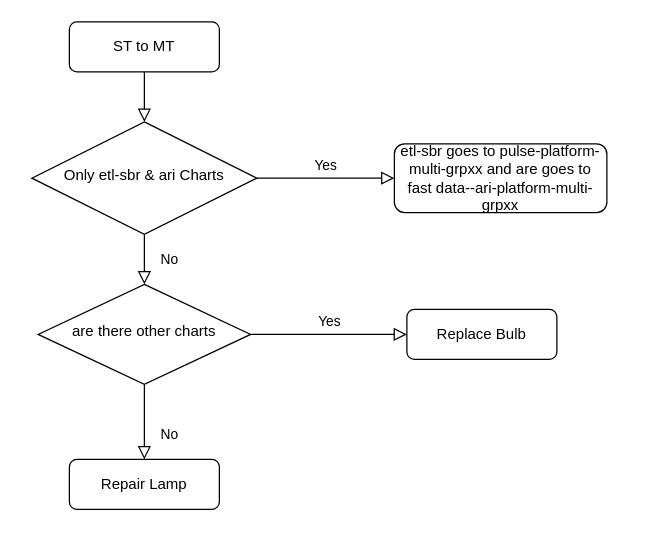
This is Diagrama sin título.drawio from lgarzon2304/flatris, a draw.io file, before an edit. Source tidied: cells renumbered, new cells numbered last; positions are measured from the earlier drawing's top-left corner, leaving out a move shared by most shapes. Both pictures are drawn from the tidied source at 125%, with x=0, y=0 at pixel (31, 21).
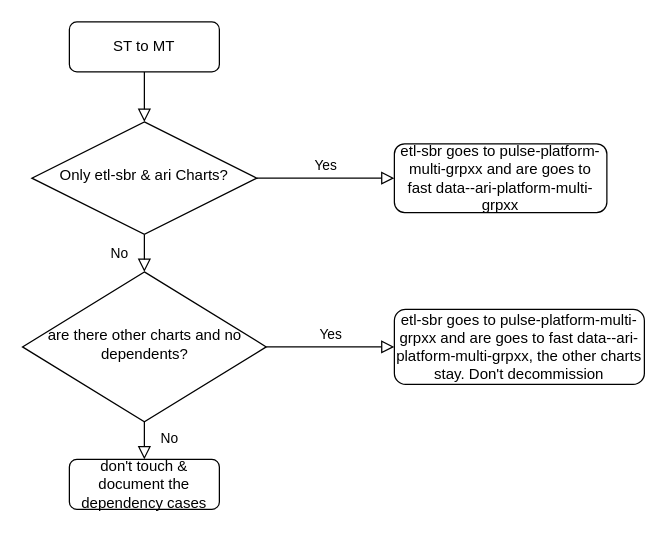
After the change.

What changed in the source:
```diff
@@
 <mxGraphModel>
   <root>
     <mxCell id="0" />
     <mxCell id="1" parent="0" />
     <mxCell id="2" style="rounded=0;html=1;jettySize=auto;fontSize=11;endArrow=block;endFill=0;endSize=8;strokeWidth=1;shadow=0;labelBackgroundColor=none;edgeStyle=orthogonalEdgeStyle;" parent="1" edge="1" source="3" target="6">
       <mxGeometry relative="1" as="geometry" />
     </mxCell>
     <mxCell id="3" value="ST to MT" style="rounded=1;whiteSpace=wrap;html=1;fontSize=12;glass=0;strokeWidth=1;shadow=0;" parent="1" vertex="1">
       <mxGeometry x="30" width="120" height="40" as="geometry" />
     </mxCell>
     <mxCell id="4" value="No" style="rounded=0;html=1;jettySize=auto;fontSize=11;endArrow=block;endFill=0;endSize=8;strokeWidth=1;shadow=0;labelBackgroundColor=none;edgeStyle=orthogonalEdgeStyle;" parent="1" edge="1" source="6" target="10">
       <mxGeometry y="20" relative="1" as="geometry" />
     </mxCell>
     <mxCell id="5" value="Yes" style="edgeStyle=orthogonalEdgeStyle;rounded=0;html=1;jettySize=auto;fontSize=11;endArrow=block;endFill=0;endSize=8;strokeWidth=1;shadow=0;labelBackgroundColor=none;" parent="1" edge="1" source="6" target="7">
       <mxGeometry y="10" relative="1" as="geometry" />
     </mxCell>
-    <mxCell id="6" value="Only etl-sbr &amp;amp; ari Charts" style="rhombus;whiteSpace=wrap;html=1;shadow=0;fontFamily=Helvetica;fontSize=12;align=center;strokeWidth=1;spacing=6;spacingTop=-4;" parent="1" vertex="1">
+    <mxCell id="6" value="Only etl-sbr &amp;amp; ari Charts?" style="rhombus;whiteSpace=wrap;html=1;shadow=0;fontFamily=Helvetica;fontSize=12;align=center;strokeWidth=1;spacing=6;spacingTop=-4;" parent="1" vertex="1">
       <mxGeometry y="80" width="180" height="90" as="geometry" />
     </mxCell>
     <mxCell id="7" value="etl-sbr goes to pulse-platform-multi-grpxx and are goes to fast data--ari-platform-multi-grpxx" style="rounded=1;whiteSpace=wrap;html=1;fontSize=12;glass=0;strokeWidth=1;shadow=0;" parent="1" vertex="1">
       <mxGeometry x="290" y="97.5" width="170" height="55" as="geometry" />
     </mxCell>
     <mxCell id="8" value="No" style="rounded=0;html=1;jettySize=auto;fontSize=11;endArrow=block;endFill=0;endSize=8;strokeWidth=1;shadow=0;labelBackgroundColor=none;edgeStyle=orthogonalEdgeStyle;" parent="1" edge="1" source="10" target="11">
       <mxGeometry x="0.33" y="20" relative="1" as="geometry" />
     </mxCell>
     <mxCell id="9" value="Yes" style="edgeStyle=orthogonalEdgeStyle;rounded=0;html=1;jettySize=auto;fontSize=11;endArrow=block;endFill=0;endSize=8;strokeWidth=1;shadow=0;labelBackgroundColor=none;" parent="1" edge="1" source="10" target="12">
       <mxGeometry y="10" relative="1" as="geometry" />
     </mxCell>
-    <mxCell id="10" value="are there other charts" style="rhombus;whiteSpace=wrap;html=1;shadow=0;fontFamily=Helvetica;fontSize=12;align=center;strokeWidth=1;spacing=6;spacingTop=-4;" parent="1" vertex="1">
-      <mxGeometry x="5" y="210" width="170" height="80" as="geometry" />
+    <mxCell id="10" value="are there other charts and no dependents?" style="rhombus;whiteSpace=wrap;html=1;shadow=0;fontFamily=Helvetica;fontSize=12;align=center;strokeWidth=1;spacing=6;spacingTop=-4;" parent="1" vertex="1">
+      <mxGeometry x="-7.5" y="200" width="195" height="120" as="geometry" />
     </mxCell>
-    <mxCell id="11" value="Repair Lamp" style="rounded=1;whiteSpace=wrap;html=1;fontSize=12;glass=0;strokeWidth=1;shadow=0;" parent="1" vertex="1">
+    <mxCell id="11" value="don't touch &amp;amp; document the dependency cases" style="rounded=1;whiteSpace=wrap;html=1;fontSize=12;glass=0;strokeWidth=1;shadow=0;" parent="1" vertex="1">
       <mxGeometry x="30" y="350" width="120" height="40" as="geometry" />
     </mxCell>
-    <mxCell id="12" value="Replace Bulb" style="rounded=1;whiteSpace=wrap;html=1;fontSize=12;glass=0;strokeWidth=1;shadow=0;" parent="1" vertex="1">
-      <mxGeometry x="300" y="230" width="120" height="40" as="geometry" />
+    <mxCell id="12" value="etl-sbr goes to pulse-platform-multi-grpxx and are goes to fast data--ari-platform-multi-grpxx, the other charts stay. Don't decommission" style="rounded=1;whiteSpace=wrap;html=1;fontSize=12;glass=0;strokeWidth=1;shadow=0;" parent="1" vertex="1">
+      <mxGeometry x="290" y="230" width="200" height="60" as="geometry" />
     </mxCell>
   </root>
 </mxGraphModel>
```
